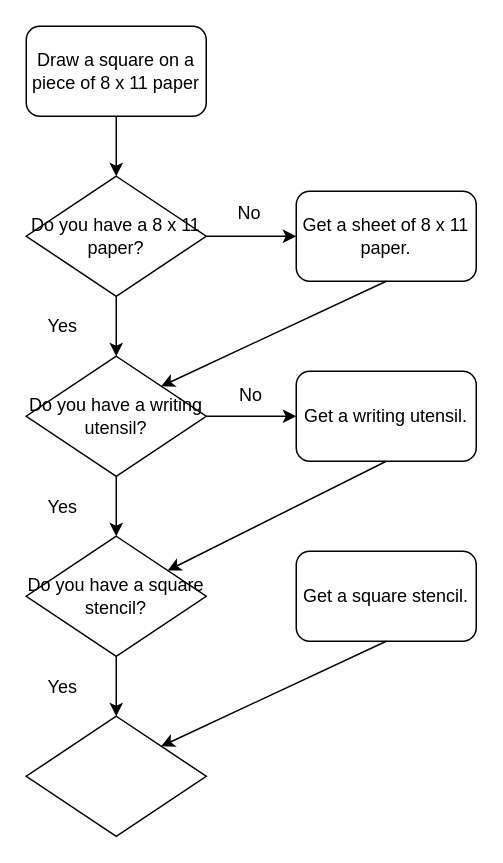
Above: Untitled Diagram.drawio in joann3y/apcspflowcharts (draw.io), before the change. Source tidied: cells renumbered, new cells numbered last; positions are measured from the earlier drawing's top-left corner, leaving out a move shared by most shapes. Both pictures are drawn from the tidied source at 150%, with x=0, y=0 at pixel (26, 26).
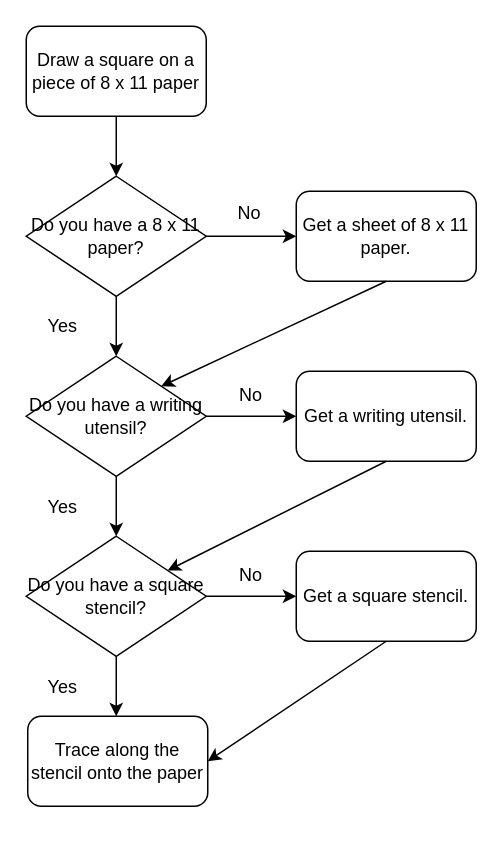
The same diagram, later.

Unchanged cells that the change refers to:
```xml
<mxCell id="12" value="Do you have a square stencil?" style="rhombus;whiteSpace=wrap;html=1;" parent="1" vertex="1">
  <mxGeometry y="340" width="120" height="80" as="geometry" />
</mxCell>
<mxCell id="21" value="Get a square stencil." style="rounded=1;whiteSpace=wrap;html=1;" parent="1" vertex="1">
  <mxGeometry x="180" y="350" width="120" height="60" as="geometry" />
</mxCell>
```

What changed in the source:
```diff
@@
-    <mxCell id="11" style="edgeStyle=orthogonalEdgeStyle;rounded=0;jettySize=auto;html=1;exitX=0.5;exitY=1;exitDx=0;exitDy=0;entryX=0.5;entryY=0;entryDx=0;entryDy=0;" parent="1" edge="1" source="12" target="20">
-      <mxGeometry relative="1" as="geometry" />
+    <mxCell id="11" style="edgeStyle=orthogonalEdgeStyle;rounded=0;jettySize=auto;html=1;exitX=0.5;exitY=1;exitDx=0;exitDy=0;entryX=0.5;entryY=0;entryDx=0;entryDy=0;" parent="1" edge="1" source="12">
+      <mxGeometry relative="1" as="geometry">
+        <mxPoint x="60" y="460" as="targetPoint" />
+      </mxGeometry>
     </mxCell>
+    <mxCell id="24" style="edgeStyle=orthogonalEdgeStyle;rounded=0;jettySize=auto;html=1;" parent="1" edge="1" source="12" target="21">
+      <mxGeometry relative="1" as="geometry" />
+    </mxCell>
@@
-    <mxCell id="20" style="rhombus;whiteSpace=wrap;html=1;" parent="1" vertex="1">
-      <mxGeometry y="460" width="120" height="80" as="geometry" />
-    </mxCell>
@@
-    <mxCell id="22" style="endArrow=classic;html=1;rounded=0;exitX=0.5;exitY=1;exitDx=0;exitDy=0;entryX=1;entryY=0;entryDx=0;entryDy=0;" parent="1" edge="1" source="21" target="20">
+    <mxCell id="22" style="endArrow=classic;html=1;rounded=0;exitX=0.5;exitY=1;exitDx=0;exitDy=0;entryX=1;entryY=0.5;entryDx=0;entryDy=0;" parent="1" edge="1" source="21" target="26">
       <mxGeometry relative="1" as="geometry" />
     </mxCell>
@@
+    <mxCell id="25" value="No" style="text;html=1;strokeColor=none;fillColor=none;align=center;verticalAlign=middle;whiteSpace=wrap;rounded=0;" parent="1" vertex="1">
+      <mxGeometry x="120" y="351" width="60" height="30" as="geometry" />
+    </mxCell>
+    <mxCell id="26" value="Trace along the stencil onto the paper" style="rounded=1;whiteSpace=wrap;html=1;" parent="1" vertex="1">
+      <mxGeometry x="1" y="460" width="120" height="60" as="geometry" />
+    </mxCell>
```
